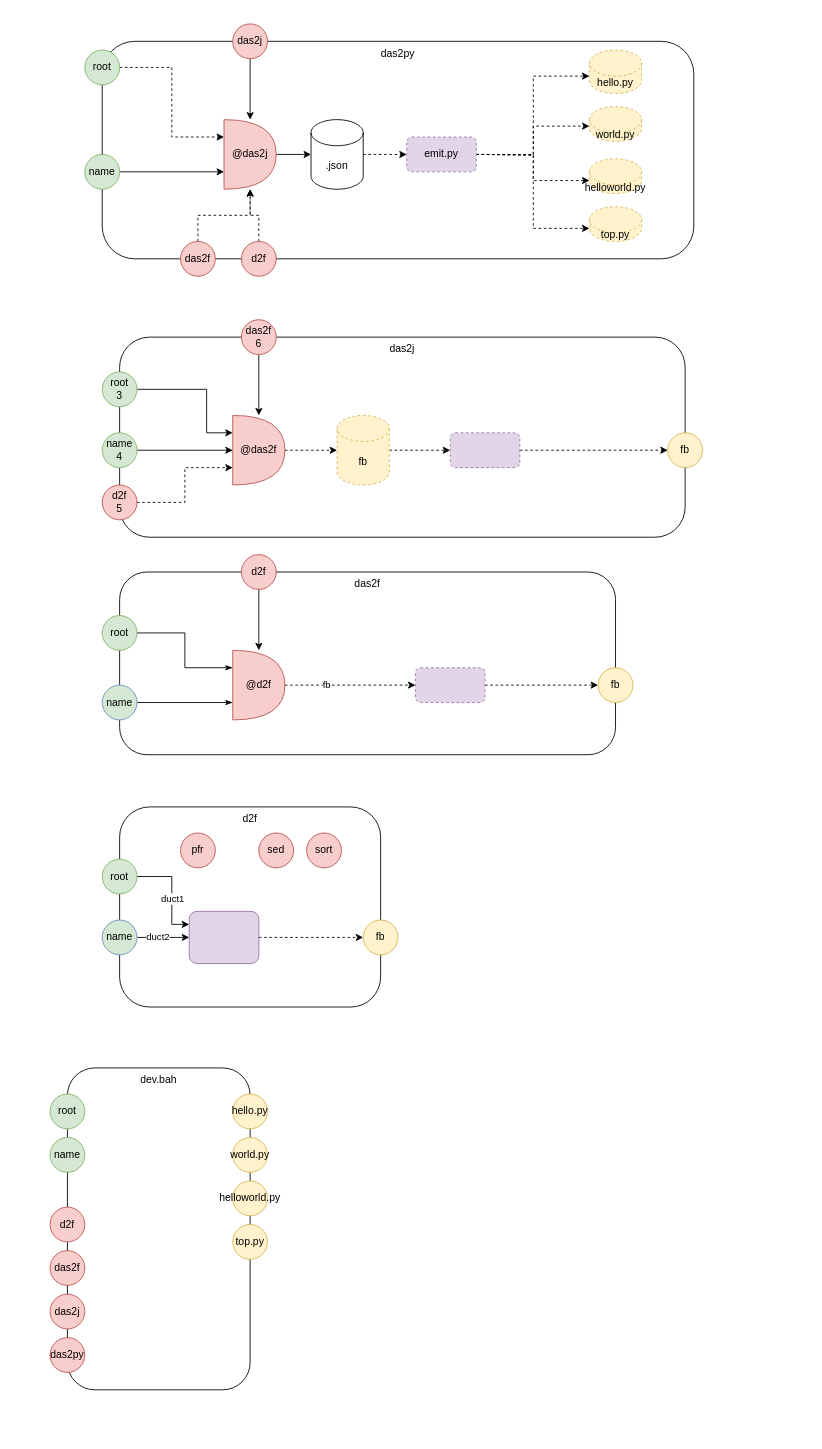
Above: components.drawio in guitarvydas/d2py (draw.io), before the change. Source tidied: cells renumbered, new cells numbered last; positions are measured from the earlier drawing's top-left corner, leaving out a move shared by most shapes. Both pictures are drawn from the tidied source at 87%, with x=0, y=0 at pixel (50, 23).
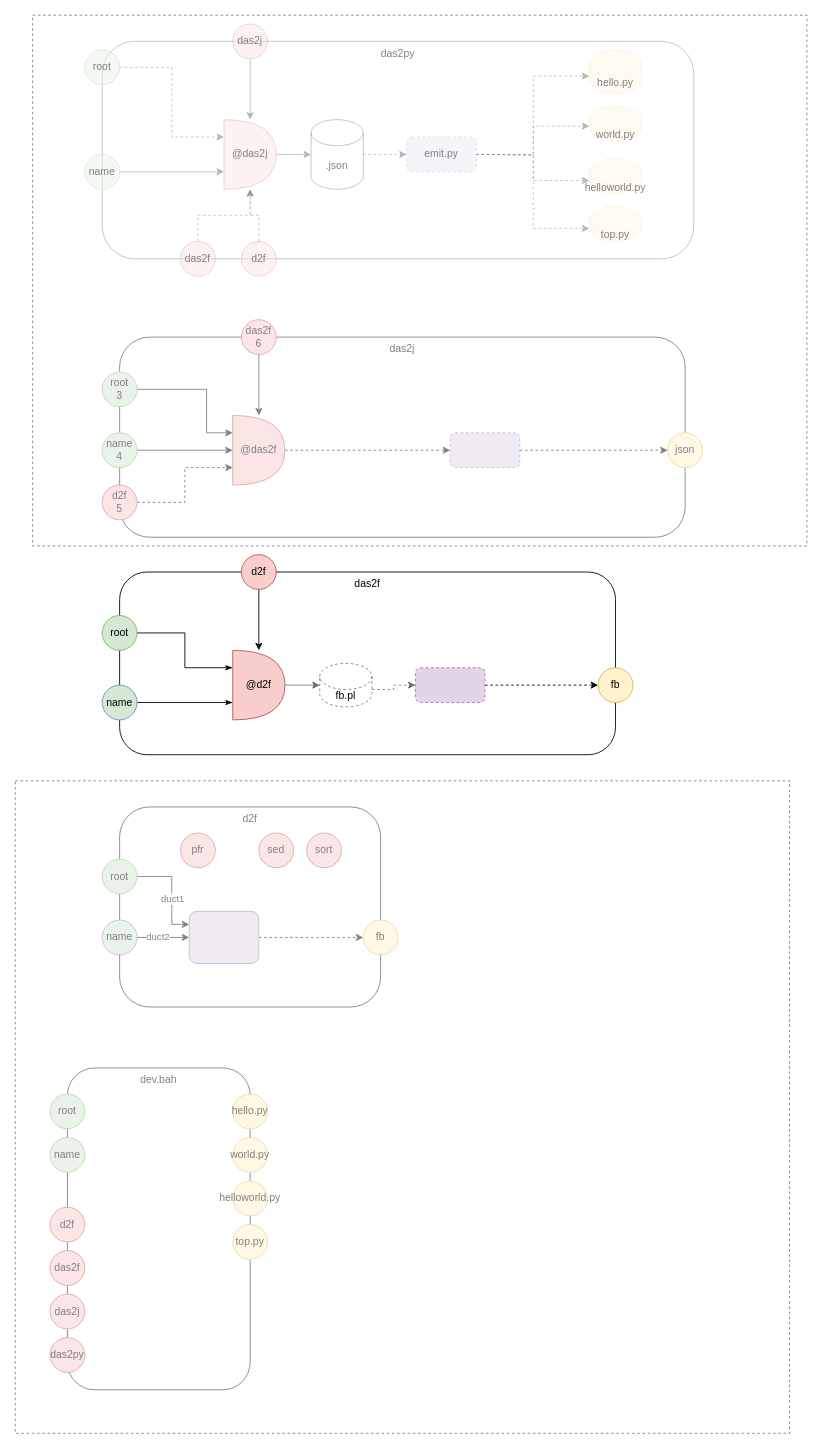
The same page after the edit.

The change refers to these unchanged cells:
```xml
<mxCell id="20" value="@das2f" style="shape=or;whiteSpace=wrap;html=1;fillColor=#f8cecc;strokeColor=#b85450;" parent="1" vertex="1">
  <mxGeometry x="210" y="450" width="60" height="80" as="geometry" />
</mxCell>
<mxCell id="26" value="@d2f" style="shape=or;whiteSpace=wrap;html=1;fillColor=#f8cecc;strokeColor=#b85450;" parent="1" vertex="1">
  <mxGeometry x="210" y="720" width="60" height="80" as="geometry" />
</mxCell>
<mxCell id="28" style="rounded=1;whiteSpace=wrap;html=1;fillColor=#e1d5e7;strokeColor=#9673a6;dashed=1;" parent="1" vertex="1">
  <mxGeometry x="420" y="740" width="80" height="40" as="geometry" />
</mxCell>
<mxCell id="66" style="rounded=1;whiteSpace=wrap;html=1;fillColor=#e1d5e7;strokeColor=#9673a6;dashed=1;" parent="1" vertex="1">
  <mxGeometry x="460" y="470" width="80" height="40" as="geometry" />
</mxCell>
```

Diff of the diagram source:
```diff
@@
-    <mxCell id="3" value="das2py" style="rounded=1;whiteSpace=wrap;html=1;verticalAlign=top;" parent="1" vertex="1">
+    <mxCell id="3" value="das2py" style="rounded=1;whiteSpace=wrap;html=1;verticalAlign=top;opacity=50;" parent="1" vertex="1">
       <mxGeometry x="60" y="20" width="680" height="250" as="geometry" />
     </mxCell>
-    <mxCell id="4" style="edgeStyle=orthogonalEdgeStyle;rounded=0;jettySize=auto;html=1;exitX=0.5;exitY=1;exitDx=0;exitDy=0;" parent="1" edge="1" source="5" target="9">
+    <mxCell id="4" style="edgeStyle=orthogonalEdgeStyle;rounded=0;jettySize=auto;html=1;exitX=0.5;exitY=1;exitDx=0;exitDy=0;opacity=50;" parent="1" edge="1" source="5" target="9">
       <mxGeometry relative="1" as="geometry" />
     </mxCell>
-    <mxCell id="5" value="das2j" style="ellipse;whiteSpace=wrap;html=1;fillColor=#f8cecc;strokeColor=#b85450;" parent="1" vertex="1">
+    <mxCell id="5" value="das2j" style="ellipse;whiteSpace=wrap;html=1;fillColor=#f8cecc;strokeColor=#b85450;opacity=50;" parent="1" vertex="1">
       <mxGeometry x="210" width="40" height="40" as="geometry" />
     </mxCell>
-    <mxCell id="6" style="edgeStyle=orthogonalEdgeStyle;rounded=0;jettySize=auto;html=1;exitX=1;exitY=0.5;exitDx=0;exitDy=0;exitPerimeter=0;entryX=0;entryY=0.5;entryDx=0;entryDy=0;dashed=1;endArrow=classic;endFill=1;strokeColor=#000000;strokeWidth=1;" parent="1" edge="1" source="7" target="75">
+    <mxCell id="6" style="edgeStyle=orthogonalEdgeStyle;rounded=0;jettySize=auto;html=1;exitX=1;exitY=0.5;exitDx=0;exitDy=0;exitPerimeter=0;entryX=0;entryY=0.5;entryDx=0;entryDy=0;dashed=1;endArrow=classic;endFill=1;strokeColor=#000000;strokeWidth=1;opacity=50;" parent="1" edge="1" source="7" target="75">
       <mxGeometry relative="1" as="geometry" />
     </mxCell>
-    <mxCell id="7" value="&lt;span style=&quot;font-weight: normal&quot;&gt;.json&lt;/span&gt;" style="shape=cylinder3;whiteSpace=wrap;html=1;boundedLbl=1;backgroundOutline=1;size=15;fontStyle=1;" parent="1" vertex="1">
+    <mxCell id="7" value="&lt;span style=&quot;font-weight: normal&quot;&gt;.json&lt;/span&gt;" style="shape=cylinder3;whiteSpace=wrap;html=1;boundedLbl=1;backgroundOutline=1;size=15;fontStyle=1;opacity=50;" parent="1" vertex="1">
       <mxGeometry x="300" y="110" width="60" height="80" as="geometry" />
     </mxCell>
-    <mxCell id="8" style="edgeStyle=orthogonalEdgeStyle;rounded=0;jettySize=auto;html=1;exitX=1;exitY=0.5;exitDx=0;exitDy=0;exitPerimeter=0;" parent="1" edge="1" source="9" target="7">
+    <mxCell id="8" style="edgeStyle=orthogonalEdgeStyle;rounded=0;jettySize=auto;html=1;exitX=1;exitY=0.5;exitDx=0;exitDy=0;exitPerimeter=0;opacity=50;" parent="1" edge="1" source="9" target="7">
       <mxGeometry relative="1" as="geometry" />
     </mxCell>
-    <mxCell id="9" value="@das2j" style="shape=or;whiteSpace=wrap;html=1;fillColor=#f8cecc;strokeColor=#b85450;" parent="1" vertex="1">
+    <mxCell id="9" value="@das2j" style="shape=or;whiteSpace=wrap;html=1;fillColor=#f8cecc;strokeColor=#b85450;opacity=50;" parent="1" vertex="1">
       <mxGeometry x="200" y="110" width="60" height="80" as="geometry" />
     </mxCell>
-    <mxCell id="10" style="edgeStyle=orthogonalEdgeStyle;rounded=0;jettySize=auto;html=1;exitX=1;exitY=0.5;exitDx=0;exitDy=0;exitPerimeter=0;entryX=0;entryY=0;entryDx=0;entryDy=30;dashed=1;entryPerimeter=0;" parent="1" edge="1" target="67">
+    <mxCell id="10" style="edgeStyle=orthogonalEdgeStyle;rounded=0;jettySize=auto;html=1;exitX=1;exitY=0.5;exitDx=0;exitDy=0;exitPerimeter=0;entryX=0;entryY=0;entryDx=0;entryDy=30;dashed=1;entryPerimeter=0;opacity=50;" parent="1" edge="1" target="67">
       <mxGeometry relative="1" as="geometry">
         <mxPoint x="490" y="150" as="sourcePoint" />
       </mxGeometry>
     </mxCell>
-    <mxCell id="11" style="edgeStyle=orthogonalEdgeStyle;rounded=0;jettySize=auto;html=1;entryX=0;entryY=1;entryDx=0;entryDy=-15;dashed=1;entryPerimeter=0;" parent="1" edge="1" target="69">
+    <mxCell id="11" style="edgeStyle=orthogonalEdgeStyle;rounded=0;jettySize=auto;html=1;entryX=0;entryY=1;entryDx=0;entryDy=-15;dashed=1;entryPerimeter=0;opacity=50;" parent="1" edge="1" target="69">
       <mxGeometry relative="1" as="geometry">
         <mxPoint x="490" y="150" as="sourcePoint" />
       </mxGeometry>
     </mxCell>
-    <mxCell id="12" style="edgeStyle=orthogonalEdgeStyle;rounded=0;jettySize=auto;html=1;entryX=0;entryY=1;entryDx=0;entryDy=-15;dashed=1;entryPerimeter=0;" parent="1" edge="1" target="70">
+    <mxCell id="12" style="edgeStyle=orthogonalEdgeStyle;rounded=0;jettySize=auto;html=1;entryX=0;entryY=1;entryDx=0;entryDy=-15;dashed=1;entryPerimeter=0;opacity=50;" parent="1" edge="1" target="70">
       <mxGeometry relative="1" as="geometry">
         <mxPoint x="490" y="150" as="sourcePoint" />
       </mxGeometry>
     </mxCell>
-    <mxCell id="13" style="edgeStyle=orthogonalEdgeStyle;rounded=0;jettySize=auto;html=1;entryX=0;entryY=0;entryDx=0;entryDy=22.5;dashed=1;entryPerimeter=0;" parent="1" edge="1" target="68">
+    <mxCell id="13" style="edgeStyle=orthogonalEdgeStyle;rounded=0;jettySize=auto;html=1;entryX=0;entryY=0;entryDx=0;entryDy=22.5;dashed=1;entryPerimeter=0;opacity=50;" parent="1" edge="1" target="68">
       <mxGeometry relative="1" as="geometry">
         <mxPoint x="490" y="150" as="sourcePoint" />
       </mxGeometry>
     </mxCell>
@@
-    <mxCell id="19" style="edgeStyle=orthogonalEdgeStyle;rounded=0;jettySize=auto;html=1;exitX=1;exitY=0.5;exitDx=0;exitDy=0;exitPerimeter=0;entryX=0;entryY=0.5;entryDx=0;entryDy=0;entryPerimeter=0;dashed=1;endArrow=classic;endFill=1;strokeColor=#000000;strokeWidth=1;" parent="1" edge="1" source="20" target="64">
-      <mxGeometry relative="1" as="geometry" />
+    <mxCell id="19" style="edgeStyle=orthogonalEdgeStyle;rounded=0;jettySize=auto;html=1;exitX=1;exitY=0.5;exitDx=0;exitDy=0;exitPerimeter=0;dashed=1;endArrow=classic;endFill=1;strokeColor=#000000;strokeWidth=1;" parent="1" edge="1" source="20">
+      <mxGeometry relative="1" as="geometry">
+        <mxPoint x="460" y="490" as="targetPoint" />
+      </mxGeometry>
     </mxCell>
@@
-    <mxCell id="24" style="edgeStyle=orthogonalEdgeStyle;rounded=0;jettySize=auto;html=1;exitX=1;exitY=0.5;exitDx=0;exitDy=0;exitPerimeter=0;entryX=0;entryY=0.5;entryDx=0;entryDy=0;dashed=1;endArrow=classic;endFill=1;strokeColor=#000000;strokeWidth=1;" parent="1" edge="1" source="26" target="28">
-      <mxGeometry relative="1" as="geometry" />
-    </mxCell>
-    <mxCell id="25" value="fb" style="edgeLabel;html=1;align=center;verticalAlign=middle;" parent="24" vertex="1">
-      <mxGeometry x="-0.38" y="1" relative="1" as="geometry" />
-    </mxCell>
+    <mxCell id="79" style="edgeStyle=orthogonalEdgeStyle;rounded=0;jettySize=auto;html=1;exitX=1;exitY=0.5;exitDx=0;exitDy=0;exitPerimeter=0;entryX=0;entryY=0.5;entryDx=0;entryDy=0;entryPerimeter=0;endArrow=classic;endFill=1;strokeColor=#000000;strokeWidth=1;opacity=50;" parent="1" edge="1" source="26" target="83">
+      <mxGeometry relative="1" as="geometry" />
+    </mxCell>
@@
-    <mxCell id="32" style="edgeStyle=orthogonalEdgeStyle;rounded=0;jettySize=auto;html=1;exitX=1;exitY=0.5;exitDx=0;exitDy=0;entryX=0;entryY=0.75;entryDx=0;entryDy=0;entryPerimeter=0;" parent="1" edge="1" source="33" target="9">
+    <mxCell id="32" style="edgeStyle=orthogonalEdgeStyle;rounded=0;jettySize=auto;html=1;exitX=1;exitY=0.5;exitDx=0;exitDy=0;entryX=0;entryY=0.75;entryDx=0;entryDy=0;entryPerimeter=0;opacity=50;" parent="1" edge="1" source="33" target="9">
       <mxGeometry relative="1" as="geometry" />
     </mxCell>
-    <mxCell id="33" value="name" style="ellipse;whiteSpace=wrap;html=1;fillColor=#d5e8d4;strokeColor=#82b366;" parent="1" vertex="1">
+    <mxCell id="33" value="name" style="ellipse;whiteSpace=wrap;html=1;fillColor=#d5e8d4;strokeColor=#82b366;opacity=50;" parent="1" vertex="1">
       <mxGeometry x="40" y="150" width="40" height="40" as="geometry" />
     </mxCell>
@@
-    <mxCell id="54" style="edgeStyle=orthogonalEdgeStyle;rounded=0;jettySize=auto;html=1;exitX=1;exitY=0.5;exitDx=0;exitDy=0;entryX=0;entryY=0.25;entryDx=0;entryDy=0;entryPerimeter=0;dashed=1;endArrow=classic;endFill=1;strokeColor=#000000;strokeWidth=1;" parent="1" edge="1" source="55" target="9">
+    <mxCell id="54" style="edgeStyle=orthogonalEdgeStyle;rounded=0;jettySize=auto;html=1;exitX=1;exitY=0.5;exitDx=0;exitDy=0;entryX=0;entryY=0.25;entryDx=0;entryDy=0;entryPerimeter=0;dashed=1;endArrow=classic;endFill=1;strokeColor=#000000;strokeWidth=1;opacity=50;" parent="1" edge="1" source="55" target="9">
       <mxGeometry relative="1" as="geometry" />
     </mxCell>
-    <mxCell id="55" value="root" style="ellipse;whiteSpace=wrap;html=1;fillColor=#d5e8d4;strokeColor=#82b366;" parent="1" vertex="1">
+    <mxCell id="55" value="root" style="ellipse;whiteSpace=wrap;html=1;fillColor=#d5e8d4;strokeColor=#82b366;opacity=50;" parent="1" vertex="1">
       <mxGeometry x="40" y="30" width="40" height="40" as="geometry" />
     </mxCell>
@@
-    <mxCell id="63" style="edgeStyle=orthogonalEdgeStyle;rounded=0;jettySize=auto;html=1;entryX=0;entryY=0.5;entryDx=0;entryDy=0;dashed=1;endArrow=classic;endFill=1;strokeColor=#000000;strokeWidth=1;" parent="1" edge="1" source="64" target="66">
-      <mxGeometry relative="1" as="geometry" />
-    </mxCell>
-    <mxCell id="64" value="fb" style="shape=cylinder3;whiteSpace=wrap;html=1;boundedLbl=1;backgroundOutline=1;size=15;dashed=1;fillColor=#fff2cc;strokeColor=#d6b656;" parent="1" vertex="1">
-      <mxGeometry x="330" y="450" width="60" height="80" as="geometry" />
-    </mxCell>
@@
-    <mxCell id="67" value="hello.py" style="shape=cylinder3;whiteSpace=wrap;html=1;boundedLbl=1;backgroundOutline=1;size=15;dashed=1;fillColor=#fff2cc;strokeColor=#d6b656;" parent="1" vertex="1">
+    <mxCell id="67" value="hello.py" style="shape=cylinder3;whiteSpace=wrap;html=1;boundedLbl=1;backgroundOutline=1;size=15;dashed=1;fillColor=#fff2cc;strokeColor=#d6b656;opacity=50;" parent="1" vertex="1">
       <mxGeometry x="620" y="30" width="60" height="50" as="geometry" />
     </mxCell>
-    <mxCell id="68" value="world.py" style="shape=cylinder3;whiteSpace=wrap;html=1;boundedLbl=1;backgroundOutline=1;size=15;dashed=1;fillColor=#fff2cc;strokeColor=#d6b656;" parent="1" vertex="1">
+    <mxCell id="68" value="world.py" style="shape=cylinder3;whiteSpace=wrap;html=1;boundedLbl=1;backgroundOutline=1;size=15;dashed=1;fillColor=#fff2cc;strokeColor=#d6b656;opacity=50;" parent="1" vertex="1">
       <mxGeometry x="620" y="95" width="60" height="40" as="geometry" />
     </mxCell>
-    <mxCell id="69" value="helloworld.py" style="shape=cylinder3;whiteSpace=wrap;html=1;boundedLbl=1;backgroundOutline=1;size=15;dashed=1;fillColor=#fff2cc;strokeColor=#d6b656;" parent="1" vertex="1">
+    <mxCell id="69" value="helloworld.py" style="shape=cylinder3;whiteSpace=wrap;html=1;boundedLbl=1;backgroundOutline=1;size=15;dashed=1;fillColor=#fff2cc;strokeColor=#d6b656;opacity=50;" parent="1" vertex="1">
       <mxGeometry x="620" y="155" width="60" height="40" as="geometry" />
     </mxCell>
-    <mxCell id="70" value="top.py" style="shape=cylinder3;whiteSpace=wrap;html=1;boundedLbl=1;backgroundOutline=1;size=15;dashed=1;fillColor=#fff2cc;strokeColor=#d6b656;" parent="1" vertex="1">
+    <mxCell id="70" value="top.py" style="shape=cylinder3;whiteSpace=wrap;html=1;boundedLbl=1;backgroundOutline=1;size=15;dashed=1;fillColor=#fff2cc;strokeColor=#d6b656;opacity=50;" parent="1" vertex="1">
       <mxGeometry x="620" y="210" width="60" height="40" as="geometry" />
     </mxCell>
-    <mxCell id="71" style="edgeStyle=orthogonalEdgeStyle;rounded=0;jettySize=auto;html=1;dashed=1;endArrow=classic;endFill=1;strokeColor=#000000;strokeWidth=1;" parent="1" edge="1" source="72" target="9">
+    <mxCell id="71" style="edgeStyle=orthogonalEdgeStyle;rounded=0;jettySize=auto;html=1;dashed=1;endArrow=classic;endFill=1;strokeColor=#000000;strokeWidth=1;opacity=50;" parent="1" edge="1" source="72" target="9">
       <mxGeometry relative="1" as="geometry">
         <Array as="points">
           <mxPoint x="170" y="220" />
           <mxPoint x="230" y="220" />
         </Array>
       </mxGeometry>
     </mxCell>
-    <mxCell id="72" value="das2f" style="ellipse;whiteSpace=wrap;html=1;fillColor=#f8cecc;strokeColor=#b85450;" parent="1" vertex="1">
+    <mxCell id="72" value="das2f" style="ellipse;whiteSpace=wrap;html=1;fillColor=#f8cecc;strokeColor=#b85450;opacity=50;" parent="1" vertex="1">
       <mxGeometry x="150" y="250" width="40" height="40" as="geometry" />
     </mxCell>
-    <mxCell id="73" style="edgeStyle=orthogonalEdgeStyle;rounded=0;jettySize=auto;html=1;exitX=0.5;exitY=0;exitDx=0;exitDy=0;dashed=1;endArrow=classic;endFill=1;strokeColor=#000000;strokeWidth=1;" parent="1" edge="1" source="74" target="9">
+    <mxCell id="73" style="edgeStyle=orthogonalEdgeStyle;rounded=0;jettySize=auto;html=1;exitX=0.5;exitY=0;exitDx=0;exitDy=0;dashed=1;endArrow=classic;endFill=1;strokeColor=#000000;strokeWidth=1;opacity=50;" parent="1" edge="1" source="74" target="9">
       <mxGeometry relative="1" as="geometry" />
     </mxCell>
-    <mxCell id="74" value="d2f" style="ellipse;whiteSpace=wrap;html=1;fillColor=#f8cecc;strokeColor=#b85450;" parent="1" vertex="1">
+    <mxCell id="74" value="d2f" style="ellipse;whiteSpace=wrap;html=1;fillColor=#f8cecc;strokeColor=#b85450;opacity=50;" parent="1" vertex="1">
       <mxGeometry x="220" y="250" width="40" height="40" as="geometry" />
     </mxCell>
-    <mxCell id="75" value="emit.py" style="rounded=1;whiteSpace=wrap;html=1;fillColor=#e1d5e7;strokeColor=#9673a6;dashed=1;" parent="1" vertex="1">
+    <mxCell id="75" value="emit.py" style="rounded=1;whiteSpace=wrap;html=1;fillColor=#e1d5e7;strokeColor=#9673a6;dashed=1;opacity=50;" parent="1" vertex="1">
       <mxGeometry x="410" y="130" width="80" height="40" as="geometry" />
     </mxCell>
@@
-    <mxCell id="78" value="fb" style="ellipse;whiteSpace=wrap;html=1;fillColor=#fff2cc;strokeColor=#d6b656;" parent="1" vertex="1">
+    <mxCell id="78" value="json" style="ellipse;whiteSpace=wrap;html=1;fillColor=#fff2cc;strokeColor=#d6b656;" parent="1" vertex="1">
       <mxGeometry x="710" y="470" width="40" height="40" as="geometry" />
     </mxCell>
+    <mxCell id="80" style="rounded=0;whiteSpace=wrap;html=1;dashed=1;opacity=50;" parent="1" vertex="1">
+      <mxGeometry x="-40" y="870" width="890" height="750" as="geometry" />
+    </mxCell>
+    <mxCell id="81" style="rounded=0;whiteSpace=wrap;html=1;dashed=1;opacity=50;" parent="1" vertex="1">
+      <mxGeometry x="-20" y="-10" width="890" height="610" as="geometry" />
+    </mxCell>
+    <mxCell id="82" style="edgeStyle=orthogonalEdgeStyle;rounded=0;jettySize=auto;html=1;exitX=1;exitY=0;exitDx=0;exitDy=30;exitPerimeter=0;entryX=0;entryY=0.5;entryDx=0;entryDy=0;dashed=1;endArrow=classic;endFill=1;strokeColor=#000000;strokeWidth=1;opacity=50;" parent="1" edge="1" source="83" target="28">
+      <mxGeometry relative="1" as="geometry" />
+    </mxCell>
+    <mxCell id="83" value="fb.pl" style="shape=cylinder3;whiteSpace=wrap;html=1;boundedLbl=1;backgroundOutline=1;size=15;dashed=1;opacity=50;" parent="1" vertex="1">
+      <mxGeometry x="310" y="735" width="60" height="50" as="geometry" />
+    </mxCell>
```
